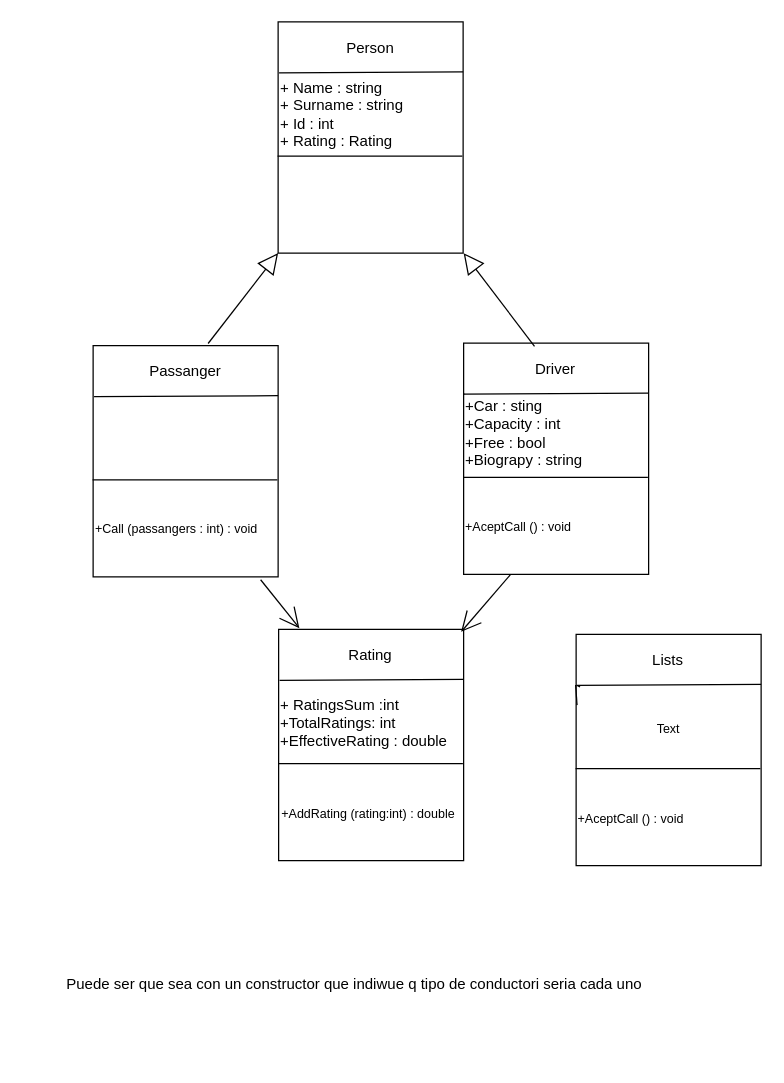
bugarin03/PII_TwitterApi keeps this draw.io diagram as DiagramasUml.drawio. Above is the earlier version. Source tidied: cells renumbered, new cells numbered last; positions are measured from the earlier drawing's top-left corner, leaving out a move shared by most shapes. Both pictures are drawn from the tidied source at 125%, with x=0, y=0 at pixel (59, 21).
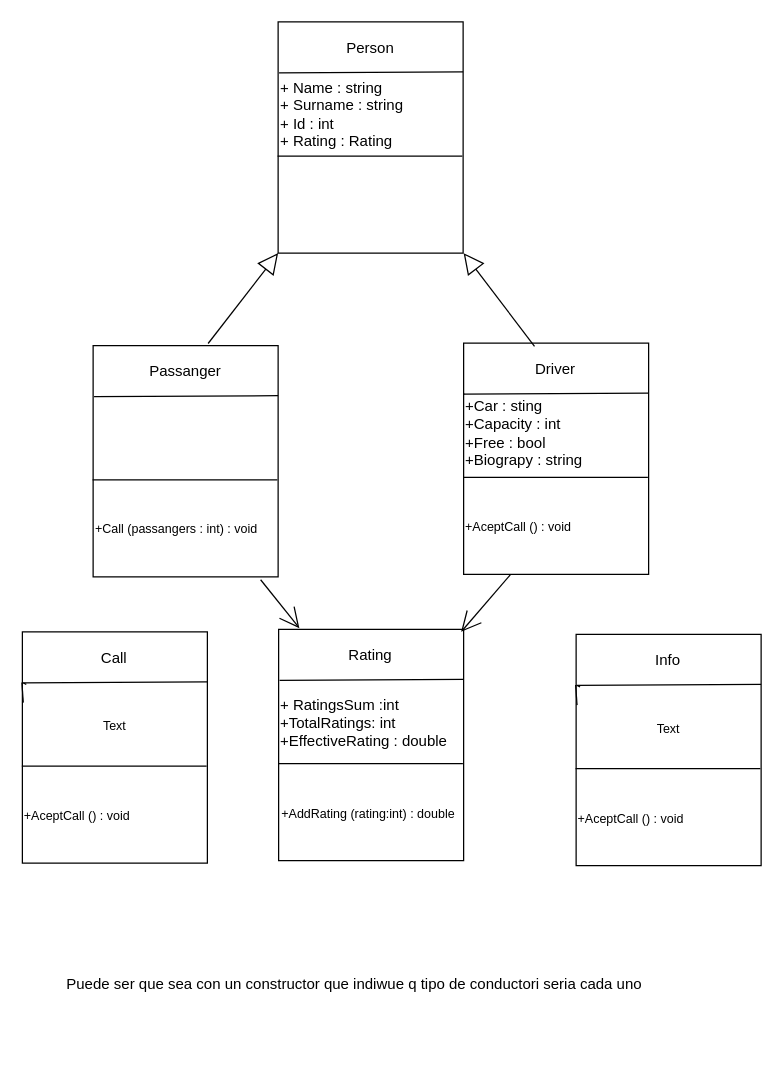
Above is the later version.

Diff of the diagram source:
```diff
@@
-    <mxCell id="32" value="Lists" style="text;strokeColor=none;fillColor=none;html=1;align=center;verticalAlign=middle;whiteSpace=wrap;rounded=0;hachureGap=4;" parent="1" vertex="1">
+    <mxCell id="32" value="Info" style="text;strokeColor=none;fillColor=none;html=1;align=center;verticalAlign=middle;whiteSpace=wrap;rounded=0;hachureGap=4;" parent="1" vertex="1">
       <mxGeometry x="415.4" y="492" width="144" height="37" as="geometry" />
     </mxCell>
@@
+    <mxCell id="38" style="rounded=0;whiteSpace=wrap;html=1;hachureGap=4;gradientColor=none;fillColor=default;" parent="1" vertex="1">
+      <mxGeometry x="-29.6" y="488" width="148" height="185" as="geometry" />
+    </mxCell>
+    <mxCell id="39" style="edgeStyle=none;orthogonalLoop=1;jettySize=auto;html=1;rounded=0;endArrow=none;startSize=14;endSize=14;targetPerimeterSpacing=8;curved=1;endFill=0;exitX=0.005;exitY=0.221;exitDx=0;exitDy=0;exitPerimeter=0;startArrow=none;" parent="1" edge="1">
+      <mxGeometry relative="1" as="geometry">
+        <mxPoint x="-29.3" y="528.8" as="sourcePoint" />
+        <mxPoint x="118.4" y="528" as="targetPoint" />
+      </mxGeometry>
+    </mxCell>
+    <mxCell id="40" value="Call" style="text;strokeColor=none;fillColor=none;html=1;align=center;verticalAlign=middle;whiteSpace=wrap;rounded=0;hachureGap=4;" parent="1" vertex="1">
+      <mxGeometry x="-27.6" y="490" width="144" height="37" as="geometry" />
+    </mxCell>
+    <mxCell id="41" style="edgeStyle=none;orthogonalLoop=1;jettySize=auto;html=1;rounded=0;endArrow=none;endFill=0;startSize=14;endSize=14;sourcePerimeterSpacing=8;targetPerimeterSpacing=8;curved=1;exitX=-0.003;exitY=0.581;exitDx=0;exitDy=0;exitPerimeter=0;entryX=0.996;entryY=0.581;entryDx=0;entryDy=0;entryPerimeter=0;" parent="1" edge="1" source="38" target="38">
+      <mxGeometry relative="1" as="geometry" />
+    </mxCell>
+    <mxCell id="42" style="edgeStyle=none;jettySize=auto;html=1;rounded=0;endArrow=none;startSize=14;endSize=14;curved=1;endFill=0;exitX=0.005;exitY=0.221;exitDx=0;exitDy=0;exitPerimeter=0;startArrow=none;" parent="1" edge="1" source="44">
+      <mxGeometry relative="1" as="geometry">
+        <mxPoint x="-30" y="528.5" as="targetPoint" />
+      </mxGeometry>
+    </mxCell>
+    <mxCell id="43" value="&lt;div style=&quot;&quot;&gt;&lt;font style=&quot;font-size: 10px;&quot;&gt;+AceptCall () : void&amp;nbsp;&lt;/font&gt;&lt;/div&gt;" style="text;html=1;strokeColor=none;fillColor=none;align=left;verticalAlign=middle;whiteSpace=wrap;rounded=0;" parent="1" vertex="1">
+      <mxGeometry x="-30" y="597" width="148.4" height="76" as="geometry" />
+    </mxCell>
+    <mxCell id="44" value="Text" style="text;html=1;strokeColor=none;fillColor=none;align=center;verticalAlign=middle;whiteSpace=wrap;rounded=0;fontSize=10;" parent="1" vertex="1">
+      <mxGeometry x="-29.6" y="530" width="148.6" height="66" as="geometry" />
+    </mxCell>
+    <mxCell id="45" style="edgeStyle=none;jettySize=auto;html=1;rounded=0;endArrow=none;startSize=14;endSize=14;sourcePerimeterSpacing=8;curved=1;endFill=0;exitX=0.005;exitY=0.221;exitDx=0;exitDy=0;exitPerimeter=0;" parent="1" edge="1" source="38" target="44">
+      <mxGeometry relative="1" as="geometry" />
+    </mxCell>
```
